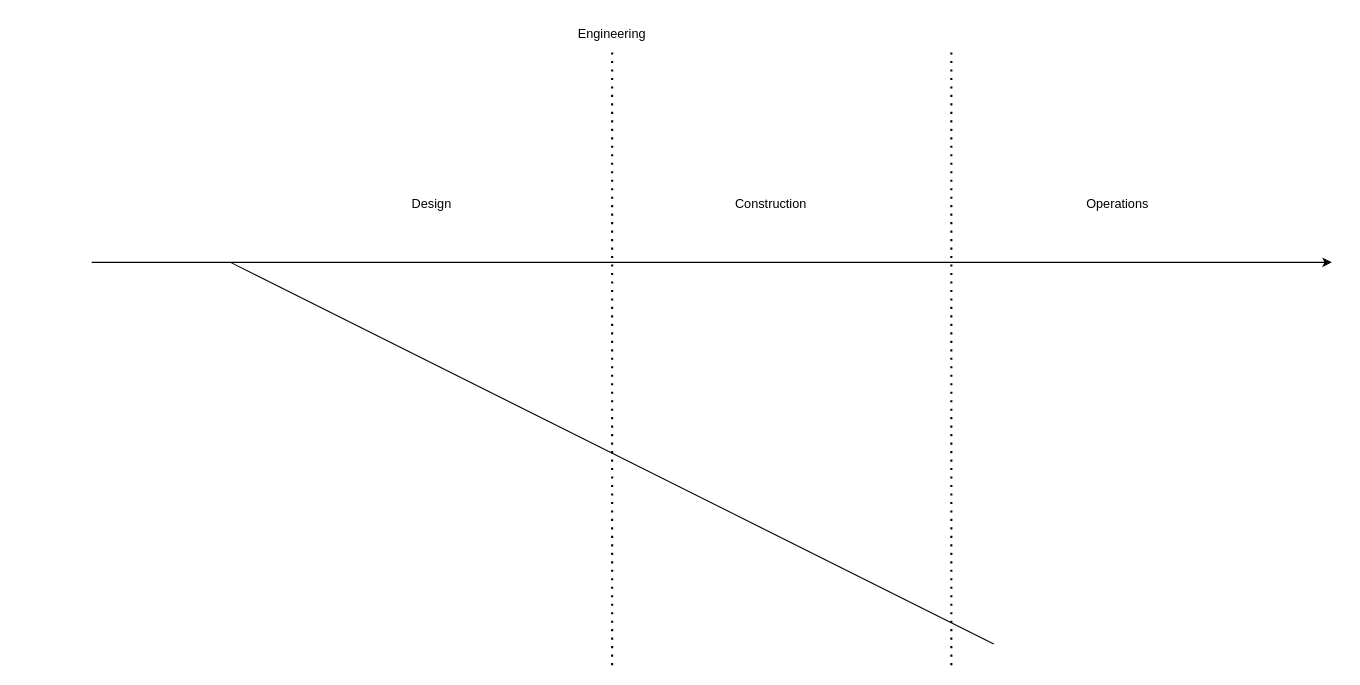
This is BC_backbone_in_AEC.drawio from arlav/BC-in-AEC-process_diagrams, a draw.io file, before an edit. Source tidied: cells renumbered, new cells numbered last; positions are measured from the earlier drawing's top-left corner, leaving out a move shared by most shapes. Both pictures are drawn from the tidied source at 106%, with x=0, y=0 at pixel (91, 18).
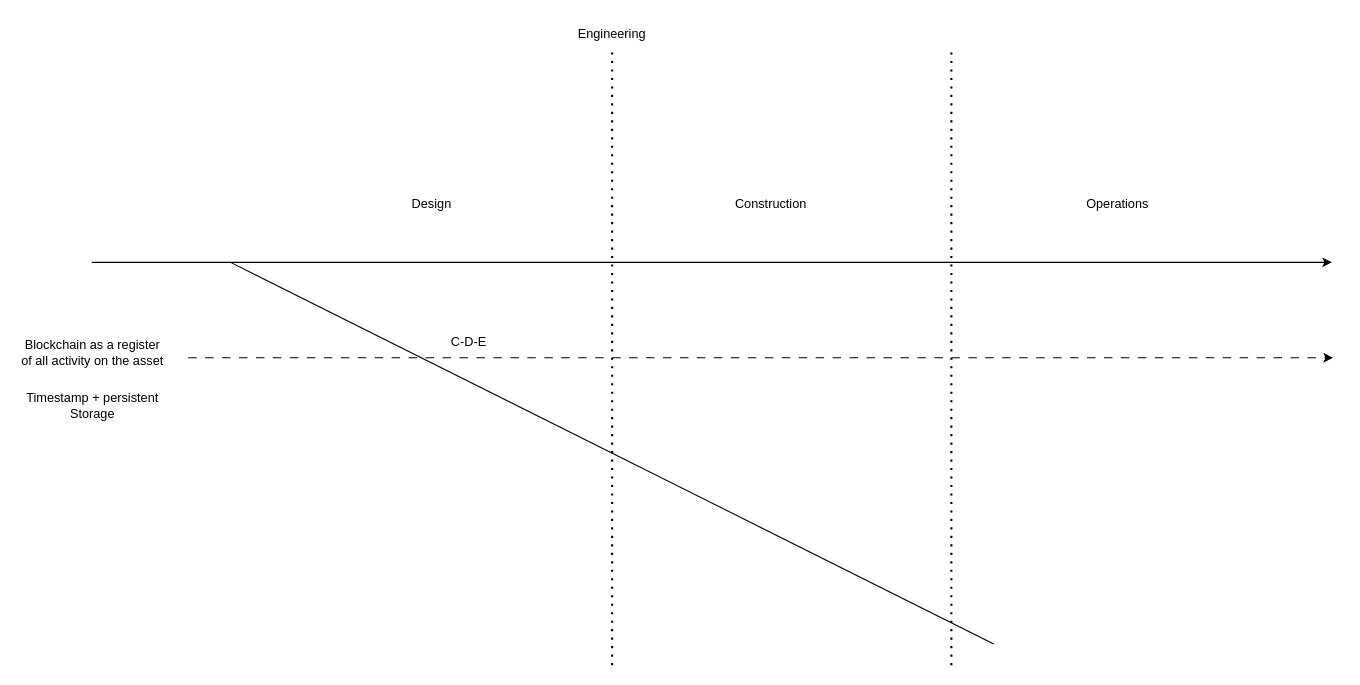
Above is the later version.

Change to the diagram source:
```diff
@@
 <mxGraphModel>
   <root>
     <mxCell id="0" />
     <mxCell id="1" parent="0" />
     <mxCell id="2" style="endArrow=classic;html=1;rounded=0;" parent="1" edge="1">
       <mxGeometry relative="1" as="geometry">
         <mxPoint y="230" as="sourcePoint" />
         <mxPoint x="1170" y="230" as="targetPoint" />
       </mxGeometry>
     </mxCell>
     <mxCell id="3" value="Design" style="text;html=1;align=center;verticalAlign=middle;whiteSpace=wrap;rounded=0;" parent="1" vertex="1">
       <mxGeometry x="291" y="160" width="60" height="30" as="geometry" />
     </mxCell>
     <mxCell id="4" value="Construction" style="text;html=1;align=center;verticalAlign=middle;whiteSpace=wrap;rounded=0;" parent="1" vertex="1">
       <mxGeometry x="611" y="160" width="60" height="30" as="geometry" />
     </mxCell>
     <mxCell id="5" value="Engineering" style="text;html=1;align=center;verticalAlign=middle;whiteSpace=wrap;rounded=0;" parent="1" vertex="1">
       <mxGeometry x="461" width="60" height="30" as="geometry" />
     </mxCell>
     <mxCell id="6" value="Operations" style="text;html=1;align=center;verticalAlign=middle;whiteSpace=wrap;rounded=0;" parent="1" vertex="1">
       <mxGeometry x="938" y="160" width="60" height="30" as="geometry" />
     </mxCell>
     <mxCell id="7" style="endArrow=none;html=1;rounded=0;" parent="1" edge="1">
       <mxGeometry relative="1" as="geometry">
         <mxPoint x="131" y="230" as="sourcePoint" />
         <mxPoint x="851" y="590" as="targetPoint" />
       </mxGeometry>
     </mxCell>
     <mxCell id="8" style="endArrow=none;dashed=1;html=1;dashPattern=1 3;strokeWidth=2;rounded=0;" parent="1" edge="1">
       <mxGeometry relative="1" as="geometry">
         <mxPoint x="491" y="610" as="sourcePoint" />
         <mxPoint x="491" y="30" as="targetPoint" />
       </mxGeometry>
     </mxCell>
     <mxCell id="9" style="endArrow=none;dashed=1;html=1;dashPattern=1 3;strokeWidth=2;rounded=0;" parent="1" edge="1">
       <mxGeometry relative="1" as="geometry">
         <mxPoint x="811" y="610" as="sourcePoint" />
         <mxPoint x="811" y="30" as="targetPoint" />
       </mxGeometry>
     </mxCell>
+    <mxCell id="10" value="Blockchain as a register of all activity on the asset" style="text;html=1;align=center;verticalAlign=middle;whiteSpace=wrap;rounded=0;" parent="1" vertex="1">
+      <mxGeometry x="-69" y="300" width="140" height="30" as="geometry" />
+    </mxCell>
+    <mxCell id="11" style="endArrow=classic;html=1;rounded=0;dashed=1;dashPattern=8 8;" parent="1" edge="1">
+      <mxGeometry relative="1" as="geometry">
+        <mxPoint x="91" y="320" as="sourcePoint" />
+        <mxPoint x="1171" y="320" as="targetPoint" />
+      </mxGeometry>
+    </mxCell>
+    <mxCell id="12" value="C-D-E" style="text;html=1;align=center;verticalAlign=middle;whiteSpace=wrap;rounded=0;" parent="1" vertex="1">
+      <mxGeometry x="321" y="290" width="70" height="30" as="geometry" />
+    </mxCell>
+    <mxCell id="13" value="Timestamp + persistent Storage" style="text;html=1;align=center;verticalAlign=middle;whiteSpace=wrap;rounded=0;" parent="1" vertex="1">
+      <mxGeometry x="-69" y="350" width="140" height="30" as="geometry" />
+    </mxCell>
   </root>
 </mxGraphModel>
```
